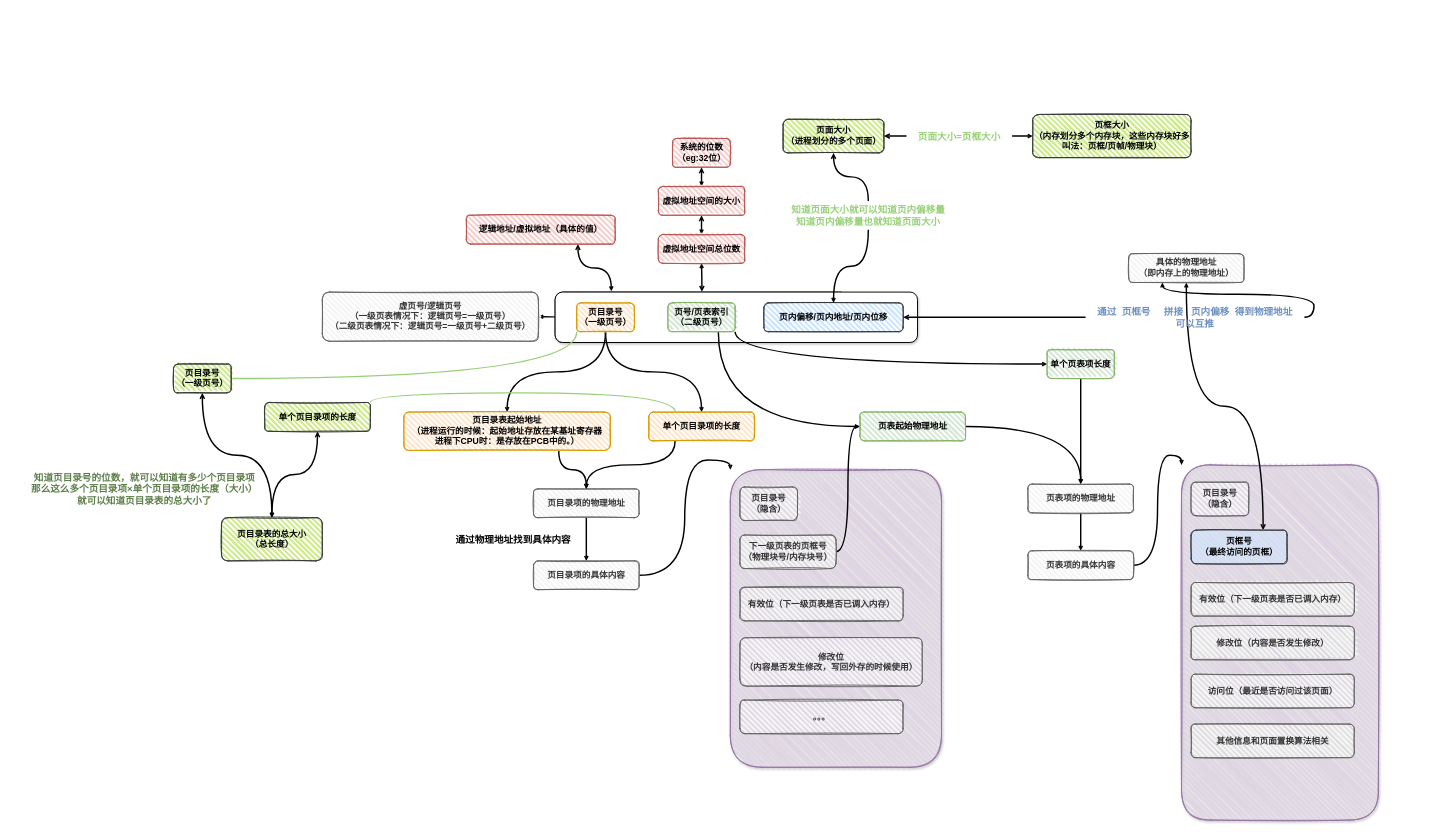
This is os-memery-manage.drawio from god23bin/diagrams, a draw.io file, before an edit. Source tidied: cells renumbered, new cells numbered last; positions are measured from the earlier drawing's top-left corner, leaving out a move shared by most shapes. Both pictures are drawn from the tidied source at 48%, with x=0, y=0 at pixel (10, 114).
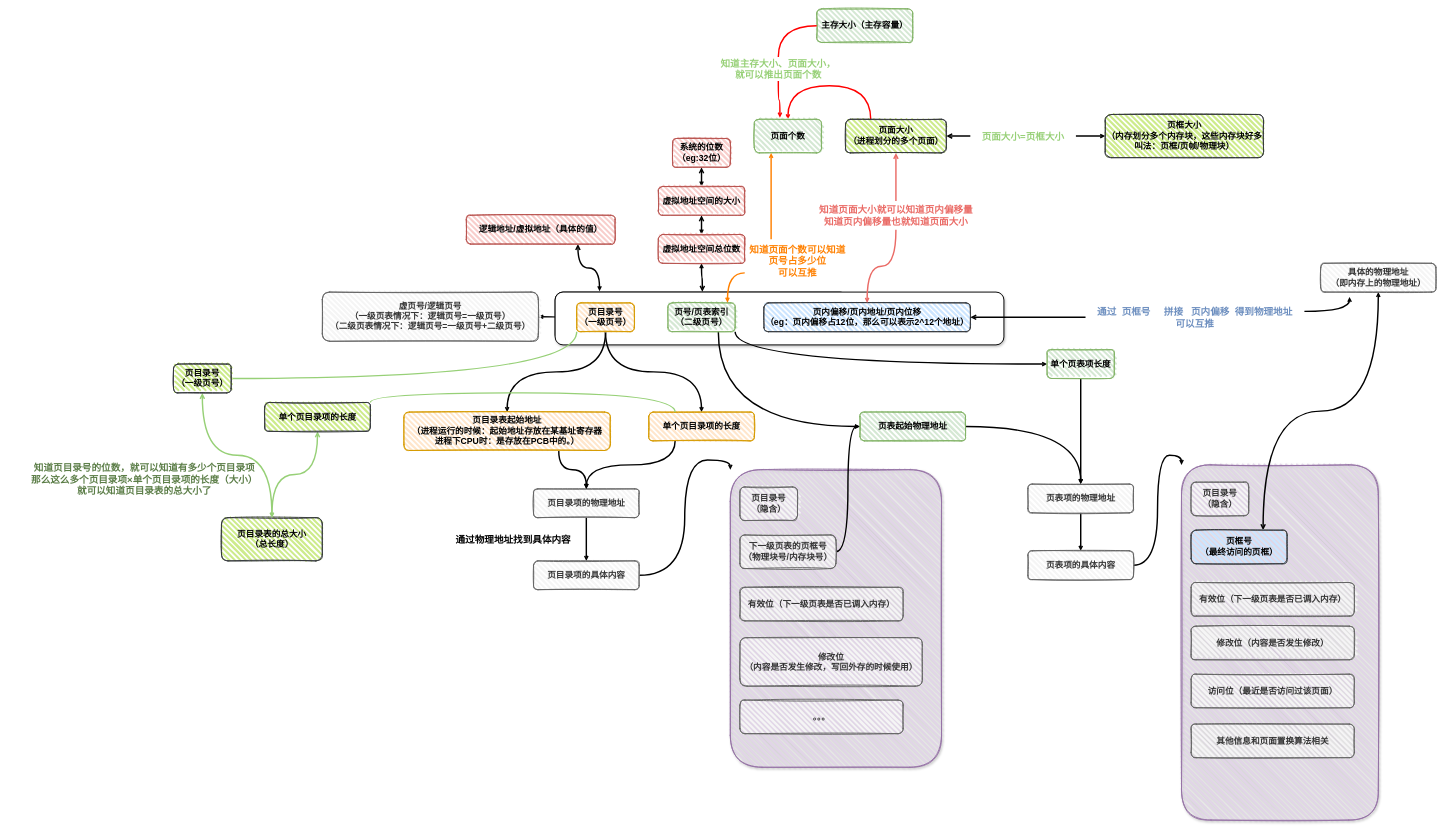
Above is the later version.

Unchanged cells that the change refers to:
```xml
<mxCell id="12" value="虚拟地址空间总位数" style="rounded=1;whiteSpace=wrap;html=1;strokeWidth=2;fillWeight=4;hachureGap=8;hachureAngle=45;sketch=1;fillColor=#f8cecc;strokeColor=#b85450;fontSize=18;fontStyle=1;" parent="3" vertex="1">
  <mxGeometry x="1350" y="250" width="180" height="60" as="geometry" />
</mxCell>
<mxCell id="20" value="页号/页表索引&lt;br&gt;（二级页号）" style="rounded=1;whiteSpace=wrap;html=1;strokeWidth=2;fillWeight=4;hachureGap=8;hachureAngle=45;sketch=1;fillColor=#d5e8d4;strokeColor=#82b366;fontSize=18;fontStyle=1;" parent="3" vertex="1">
  <mxGeometry x="1370" y="392.5" width="140" height="60" as="geometry" />
</mxCell>
<mxCell id="54" value="通过&amp;nbsp; 页框号&amp;nbsp; &amp;nbsp; &amp;nbsp;拼接&amp;nbsp; &amp;nbsp;页内偏移&amp;nbsp; 得到物理地址&lt;br&gt;可以互推" style="text;html=1;strokeColor=none;fillColor=none;align=center;verticalAlign=middle;whiteSpace=wrap;rounded=0;shadow=1;fontSize=20;fontStyle=1;fontColor=#6C8EBF;" parent="3" vertex="1">
  <mxGeometry x="2240" y="398" width="456" height="49" as="geometry" />
</mxCell>
<mxCell id="57" value="逻辑地址/虚拟地址（具体的值）" style="rounded=1;whiteSpace=wrap;html=1;strokeWidth=2;fillWeight=4;hachureGap=8;hachureAngle=45;sketch=1;fillColor=#f8cecc;strokeColor=#b85450;fontSize=18;fontStyle=1;" parent="3" vertex="1">
  <mxGeometry x="950" y="210" width="310" height="60" as="geometry" />
</mxCell>
<mxCell id="66" value="页目录表的总大小&lt;br&gt;（总长度）" style="rounded=1;whiteSpace=wrap;html=1;strokeWidth=2;fillWeight=4;hachureGap=8;hachureAngle=45;sketch=1;fillColor=#cdeb8b;strokeColor=#36393d;fontSize=18;fontStyle=1;" parent="3" vertex="1">
  <mxGeometry x="440" y="840" width="210" height="90" as="geometry" />
</mxCell>
<mxCell id="69" value="页目录号&lt;br&gt;（一级页号）" style="rounded=1;whiteSpace=wrap;html=1;strokeWidth=2;fillWeight=4;hachureGap=8;hachureAngle=45;sketch=1;fillColor=#cdeb8b;strokeColor=#36393d;fontSize=18;fontStyle=1;" parent="3" vertex="1">
  <mxGeometry x="340" y="520" width="120" height="60" as="geometry" />
</mxCell>
<mxCell id="72" value="单个页目录项的长度" style="rounded=1;whiteSpace=wrap;html=1;strokeWidth=2;fillWeight=4;hachureGap=8;hachureAngle=45;sketch=1;fillColor=#cdeb8b;strokeColor=#36393d;fontSize=18;fontStyle=1;" parent="3" vertex="1">
  <mxGeometry x="530" y="600" width="220" height="60" as="geometry" />
</mxCell>
```

Diff of the diagram source:
```diff
@@
-    <mxCell id="5" style="edgeStyle=orthogonalEdgeStyle;curved=1;rounded=0;jettySize=auto;html=1;fontSize=18;startArrow=open;startFill=0;endArrow=open;endFill=0;endSize=4;strokeColor=#000000;strokeWidth=3;exitX=0.405;exitY=-0.006;exitDx=0;exitDy=0;exitPerimeter=0;fontStyle=1;" parent="3" edge="1" source="7" target="12">
+    <mxCell id="5" style="edgeStyle=orthogonalEdgeStyle;curved=1;rounded=0;jettySize=auto;html=1;fontSize=18;startArrow=open;startFill=0;endArrow=open;endFill=0;endSize=4;strokeColor=#000000;strokeWidth=3;exitX=0.328;exitY=-0.005;exitDx=0;exitDy=0;exitPerimeter=0;fontStyle=1;" parent="3" edge="1" source="7" target="12">
       <mxGeometry relative="1" as="geometry" />
     </mxCell>
@@
     <mxCell id="7" style="rounded=1;whiteSpace=wrap;html=1;fontSize=18;strokeWidth=2;shadow=1;fontStyle=1;" parent="3" vertex="1">
-      <mxGeometry x="1135" y="370" width="755" height="105" as="geometry" />
+      <mxGeometry x="1135" y="370" width="935" height="110" as="geometry" />
     </mxCell>
@@
-    <mxCell id="13" style="edgeStyle=orthogonalEdgeStyle;curved=1;rounded=0;jettySize=auto;html=1;exitX=1;exitY=0.5;exitDx=0;exitDy=0;fontSize=20;startArrow=none;startFill=0;endArrow=open;endFill=0;endSize=4;strokeColor=#000000;strokeWidth=3;fontStyle=1;" parent="3" edge="1" source="54">
-      <mxGeometry relative="1" as="geometry">
-        <mxPoint x="2400" y="350" as="targetPoint" />
-      </mxGeometry>
-    </mxCell>
-    <mxCell id="14" value="页内偏移/页内地址/页内位移" style="rounded=1;whiteSpace=wrap;html=1;strokeWidth=2;fillWeight=4;hachureGap=8;hachureAngle=45;sketch=1;fillColor=#cce5ff;strokeColor=#36393d;fontSize=18;fontStyle=1;" parent="3" vertex="1">
-      <mxGeometry x="1570" y="392.5" width="290" height="60" as="geometry" />
+    <mxCell id="14" value="页内偏移/页内地址/页内位移&lt;br&gt;（eg：页内偏移占12位，那么可以表示2^12个地址）" style="rounded=1;whiteSpace=wrap;html=1;strokeWidth=2;fillWeight=4;hachureGap=8;hachureAngle=45;sketch=1;fillColor=#cce5ff;strokeColor=#36393d;fontSize=18;fontStyle=1;" parent="3" vertex="1">
+      <mxGeometry x="1570" y="392.5" width="430" height="60" as="geometry" />
     </mxCell>
@@
     <mxCell id="53" value="具体的物理地址&lt;br&gt;（即内存上的物理地址）" style="rounded=1;whiteSpace=wrap;html=1;strokeWidth=2;fillWeight=4;hachureGap=8;hachureAngle=45;sketch=1;fillColor=#f5f5f5;strokeColor=#666666;fontColor=#333333;fontSize=18;fontStyle=1;" parent="3" vertex="1">
-      <mxGeometry x="2330" y="290" width="240" height="60" as="geometry" />
+      <mxGeometry x="2730" y="310" width="240" height="60" as="geometry" />
     </mxCell>
+    <mxCell id="74" style="edgeStyle=orthogonalEdgeStyle;curved=1;rounded=0;jettySize=auto;html=1;exitX=1;exitY=0.25;exitDx=0;exitDy=0;fontSize=20;fontColor=#000000;startArrow=none;startFill=0;endArrow=open;endFill=0;endSize=4;strokeColor=#000000;strokeWidth=3;" parent="3" edge="1" source="54">
+      <mxGeometry relative="1" as="geometry">
+        <mxPoint x="2790" y="380" as="targetPoint" />
+      </mxGeometry>
+    </mxCell>
@@
-    <mxCell id="56" style="edgeStyle=orthogonalEdgeStyle;curved=1;rounded=0;jettySize=auto;html=1;exitX=0.75;exitY=1;exitDx=0;exitDy=0;entryX=0.155;entryY=-0.015;entryDx=0;entryDy=0;entryPerimeter=0;fontSize=20;fontColor=#97D077;startArrow=open;startFill=0;endArrow=open;endFill=0;endSize=4;strokeColor=#000000;strokeWidth=3;" parent="3" edge="1" source="57" target="7">
+    <mxCell id="56" style="edgeStyle=orthogonalEdgeStyle;curved=1;rounded=0;jettySize=auto;html=1;exitX=0.75;exitY=1;exitDx=0;exitDy=0;entryX=0.099;entryY=-0.016;entryDx=0;entryDy=0;entryPerimeter=0;fontSize=20;fontColor=#97D077;startArrow=open;startFill=0;endArrow=open;endFill=0;endSize=4;strokeColor=#000000;strokeWidth=3;" parent="3" edge="1" source="57" target="7">
       <mxGeometry relative="1" as="geometry" />
     </mxCell>
@@
-    <mxCell id="59" style="edgeStyle=orthogonalEdgeStyle;curved=1;rounded=0;jettySize=auto;html=1;exitX=0.5;exitY=1;exitDx=0;exitDy=0;fontSize=20;fontColor=#97D077;startArrow=none;startFill=0;endArrow=open;endFill=0;endSize=4;strokeColor=#000000;strokeWidth=3;" parent="3" edge="1" source="64" target="14">
+    <mxCell id="59" style="edgeStyle=orthogonalEdgeStyle;curved=1;rounded=0;jettySize=auto;html=1;exitX=0.5;exitY=1;exitDx=0;exitDy=0;fontSize=20;fontColor=#97D077;startArrow=none;startFill=0;endArrow=open;endFill=0;endSize=4;strokeColor=#EA6B66;strokeWidth=3;" parent="3" edge="1" source="64" target="14">
       <mxGeometry relative="1" as="geometry" />
     </mxCell>
+    <mxCell id="75" style="edgeStyle=orthogonalEdgeStyle;curved=1;rounded=0;jettySize=auto;html=1;exitX=0.25;exitY=0;exitDx=0;exitDy=0;entryX=0.5;entryY=0;entryDx=0;entryDy=0;fontSize=20;fontColor=#000000;startArrow=none;startFill=0;endArrow=open;endFill=0;endSize=4;strokeColor=#FF0000;strokeWidth=3;" parent="3" edge="1" source="60" target="77">
+      <mxGeometry relative="1" as="geometry">
+        <Array as="points">
+          <mxPoint x="1793" y="-60" />
+          <mxPoint x="1620" y="-60" />
+        </Array>
+      </mxGeometry>
+    </mxCell>
     <mxCell id="60" value="页面大小&lt;br&gt;（进程划分的多个页面）" style="rounded=1;whiteSpace=wrap;html=1;strokeWidth=2;fillWeight=4;hachureGap=8;hachureAngle=45;sketch=1;fillColor=#cdeb8b;strokeColor=#36393d;fontSize=18;fontStyle=1;" parent="3" vertex="1">
-      <mxGeometry x="1610" y="10" width="210" height="70" as="geometry" />
+      <mxGeometry x="1740" y="10" width="210" height="70" as="geometry" />
     </mxCell>
     <mxCell id="61" value="页框大小&lt;br&gt;（内存划分多个内存块，这些内存块好多叫法：页框/页帧/物理块）" style="rounded=1;whiteSpace=wrap;html=1;strokeWidth=2;fillWeight=4;hachureGap=8;hachureAngle=45;sketch=1;fillColor=#cdeb8b;strokeColor=#36393d;fontSize=18;fontStyle=1;" parent="3" vertex="1">
-      <mxGeometry x="2130" width="330" height="90" as="geometry" />
+      <mxGeometry x="2281" width="330" height="90" as="geometry" />
     </mxCell>
     <mxCell id="62" value="页面大小=页框大小" style="text;html=1;strokeColor=none;fillColor=none;align=center;verticalAlign=middle;whiteSpace=wrap;rounded=0;shadow=1;fontSize=20;fontStyle=1;fontColor=#97D077;" parent="3" vertex="1">
-      <mxGeometry x="1867" y="20.2" width="220" height="49.5" as="geometry" />
+      <mxGeometry x="2000" y="20.2" width="220" height="49.5" as="geometry" />
     </mxCell>
@@
-    <mxCell id="64" value="知道页面大小就可以知道页内偏移量&lt;br&gt;知道页内偏移量也就知道页面大小" style="text;html=1;strokeColor=none;fillColor=none;align=center;verticalAlign=middle;whiteSpace=wrap;rounded=0;shadow=1;fontSize=20;fontStyle=1;fontColor=#97D077;" parent="3" vertex="1">
-      <mxGeometry x="1610" y="180" width="355" height="60" as="geometry" />
+    <mxCell id="64" value="知道页面大小就可以知道页内偏移量&lt;br&gt;知道页内偏移量也就知道页面大小" style="text;html=1;strokeColor=none;fillColor=none;align=center;verticalAlign=middle;whiteSpace=wrap;rounded=0;shadow=1;fontSize=20;fontStyle=1;fontColor=#EA6B66;" parent="3" vertex="1">
+      <mxGeometry x="1667.5" y="180" width="355" height="60" as="geometry" />
     </mxCell>
-    <mxCell id="65" style="edgeStyle=orthogonalEdgeStyle;curved=1;rounded=0;jettySize=auto;html=1;exitX=0.5;exitY=1;exitDx=0;exitDy=0;fontSize=20;fontColor=#97D077;startArrow=open;startFill=0;endArrow=none;endFill=0;endSize=4;strokeColor=#000000;strokeWidth=3;" parent="3" edge="1" source="60" target="64">
+    <mxCell id="65" style="edgeStyle=orthogonalEdgeStyle;curved=1;rounded=0;jettySize=auto;html=1;exitX=0.5;exitY=1;exitDx=0;exitDy=0;fontSize=20;fontColor=#97D077;startArrow=open;startFill=0;endArrow=none;endFill=0;endSize=4;strokeColor=#EA6B66;strokeWidth=3;" parent="3" edge="1" source="60" target="64">
       <mxGeometry relative="1" as="geometry" />
     </mxCell>
@@
-    <mxCell id="67" style="edgeStyle=orthogonalEdgeStyle;curved=1;rounded=0;jettySize=auto;html=1;fontSize=20;fontColor=#97D077;startArrow=open;startFill=0;endArrow=open;endFill=0;endSize=4;strokeColor=#000000;strokeWidth=3;" parent="3" edge="1" source="69" target="66">
+    <mxCell id="67" style="edgeStyle=orthogonalEdgeStyle;curved=1;rounded=0;jettySize=auto;html=1;fontSize=20;fontColor=#97D077;startArrow=open;startFill=0;endArrow=open;endFill=0;endSize=4;strokeColor=#97D077;strokeWidth=3;" parent="3" edge="1" source="69" target="66">
       <mxGeometry relative="1" as="geometry" />
     </mxCell>
@@
-    <mxCell id="70" style="edgeStyle=orthogonalEdgeStyle;curved=1;rounded=0;jettySize=auto;html=1;exitX=0.5;exitY=1;exitDx=0;exitDy=0;fontSize=20;fontColor=#97D077;startArrow=open;startFill=0;endArrow=open;endFill=0;endSize=4;strokeColor=#000000;strokeWidth=3;" parent="3" edge="1" source="72" target="66">
+    <mxCell id="70" style="edgeStyle=orthogonalEdgeStyle;curved=1;rounded=0;jettySize=auto;html=1;exitX=0.5;exitY=1;exitDx=0;exitDy=0;fontSize=20;fontColor=#97D077;startArrow=open;startFill=0;endArrow=open;endFill=0;endSize=4;strokeColor=#97D077;strokeWidth=3;" parent="3" edge="1" source="72" target="66">
       <mxGeometry relative="1" as="geometry" />
     </mxCell>
@@
     <mxCell id="73" value="知道页目录号的位数，就可以知道有多少个页目录项&lt;br&gt;那么这么多个页目录项×单个页目录项的长度（大小）&lt;br&gt;就可以知道页目录表的总大小了" style="text;html=1;strokeColor=none;fillColor=none;align=center;verticalAlign=middle;whiteSpace=wrap;rounded=0;shadow=1;fontSize=20;fontStyle=1;fontColor=#5B7D47;" parent="3" vertex="1">
-      <mxGeometry y="700" width="559" height="159" as="geometry" />
+      <mxGeometry y="680" width="559" height="159" as="geometry" />
     </mxCell>
+    <mxCell id="76" style="edgeStyle=orthogonalEdgeStyle;curved=1;rounded=0;jettySize=auto;html=1;entryX=0.886;entryY=-0.008;entryDx=0;entryDy=0;entryPerimeter=0;fontSize=20;fontColor=#5B7D47;startArrow=none;startFill=0;endArrow=open;endFill=0;endSize=4;strokeColor=#FF8000;strokeWidth=3;" parent="3" edge="1" source="79" target="20">
+      <mxGeometry relative="1" as="geometry">
+        <Array as="points">
+          <mxPoint x="1494" y="330" />
+        </Array>
+      </mxGeometry>
+    </mxCell>
+    <mxCell id="77" value="页面个数" style="rounded=1;whiteSpace=wrap;html=1;strokeWidth=2;fillWeight=4;hachureGap=8;hachureAngle=45;sketch=1;fillColor=#d5e8d4;strokeColor=#82b366;fontSize=18;fontStyle=1;" parent="3" vertex="1">
+      <mxGeometry x="1550" y="10" width="140" height="70" as="geometry" />
+    </mxCell>
+    <mxCell id="78" style="edgeStyle=orthogonalEdgeStyle;curved=1;rounded=0;jettySize=auto;html=1;exitX=0.25;exitY=0;exitDx=0;exitDy=0;entryX=0.25;entryY=1;entryDx=0;entryDy=0;fontSize=20;fontColor=#000000;startArrow=none;startFill=0;endArrow=open;endFill=0;endSize=4;strokeColor=#FF8000;strokeWidth=3;" parent="3" edge="1" source="79" target="77">
+      <mxGeometry relative="1" as="geometry" />
+    </mxCell>
+    <mxCell id="79" value="知道页面个数可以知道页号占多少位&lt;br&gt;可以互推" style="text;html=1;strokeColor=none;fillColor=none;align=center;verticalAlign=middle;whiteSpace=wrap;rounded=0;shadow=1;fontSize=20;fontStyle=1;fontColor=#FF8000;" parent="3" vertex="1">
+      <mxGeometry x="1530" y="260" width="220" height="90" as="geometry" />
+    </mxCell>
+    <mxCell id="80" value="主存大小（主存容量）" style="rounded=1;whiteSpace=wrap;html=1;strokeWidth=2;fillWeight=4;hachureGap=8;hachureAngle=45;sketch=1;fillColor=#d5e8d4;strokeColor=#82b366;fontSize=18;fontStyle=1;" parent="3" vertex="1">
+      <mxGeometry x="1680" y="-220" width="200" height="70" as="geometry" />
+    </mxCell>
+    <mxCell id="81" style="edgeStyle=orthogonalEdgeStyle;curved=1;rounded=0;jettySize=auto;html=1;exitX=0.5;exitY=1;exitDx=0;exitDy=0;entryX=0.381;entryY=-0.049;entryDx=0;entryDy=0;entryPerimeter=0;fontSize=20;fontColor=#000000;startArrow=none;startFill=0;endArrow=open;endFill=0;endSize=4;strokeColor=#FF0000;strokeWidth=3;" parent="3" edge="1" source="82" target="77">
+      <mxGeometry relative="1" as="geometry" />
+    </mxCell>
+    <mxCell id="82" value="知道主存大小、页面大小，就可以推出页面个数" style="text;html=1;strokeColor=none;fillColor=none;align=center;verticalAlign=middle;whiteSpace=wrap;rounded=0;shadow=1;fontSize=20;fontStyle=1;fontColor=#97D077;" parent="3" vertex="1">
+      <mxGeometry x="1470" y="-120" width="260" height="50" as="geometry" />
+    </mxCell>
+    <mxCell id="83" style="edgeStyle=orthogonalEdgeStyle;curved=1;rounded=0;jettySize=auto;html=1;exitX=0;exitY=0.5;exitDx=0;exitDy=0;entryX=0.5;entryY=0;entryDx=0;entryDy=0;fontSize=20;fontColor=#000000;startArrow=none;startFill=0;endArrow=none;endFill=0;endSize=4;strokeColor=#FF0000;strokeWidth=3;" parent="3" edge="1" source="80" target="82">
+      <mxGeometry relative="1" as="geometry" />
+    </mxCell>
```
